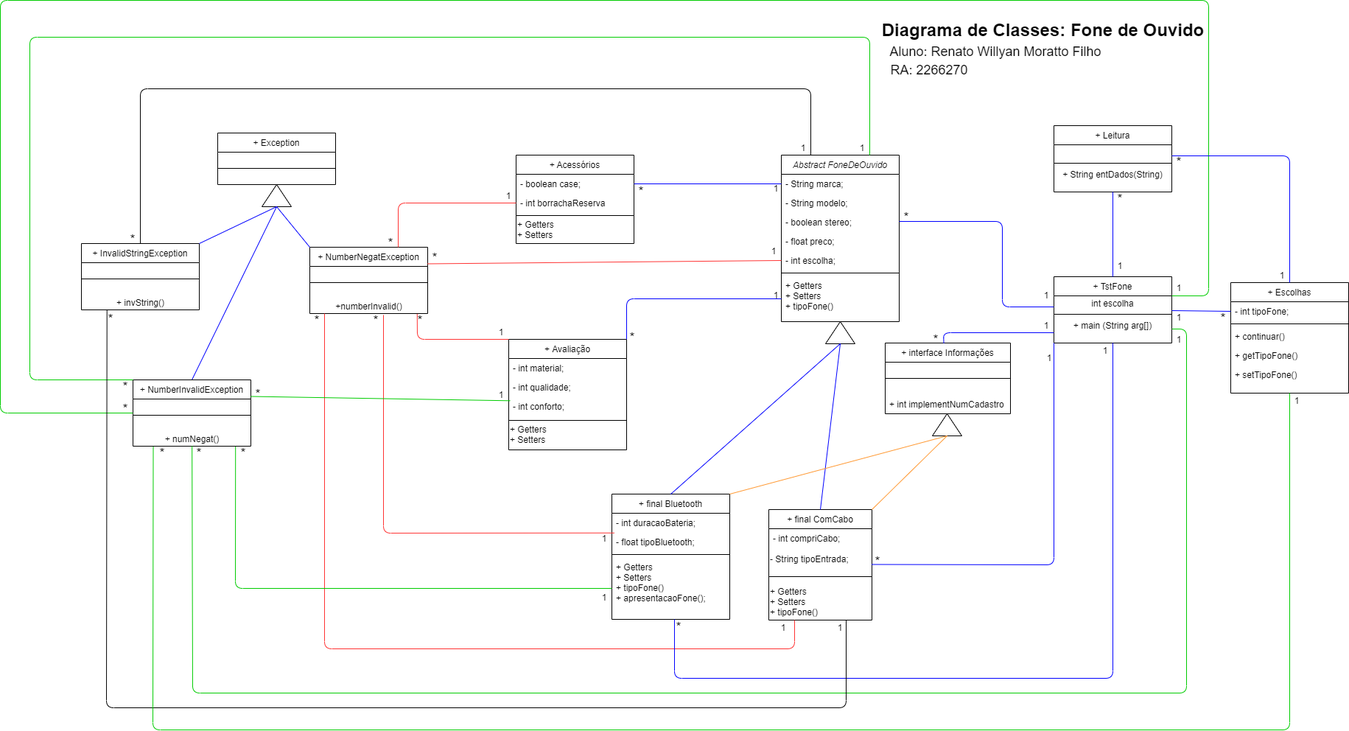
This is Diagrama de Classes - Fone de Ouvido.png from RenatoMoratto/fone-de-ouvido-java, a draw.io export, as it was before one commit. Source tidied: cells renumbered, new cells last; positions are measured from the earlier drawing's top-left corner, leaving out a move shared by most shapes.
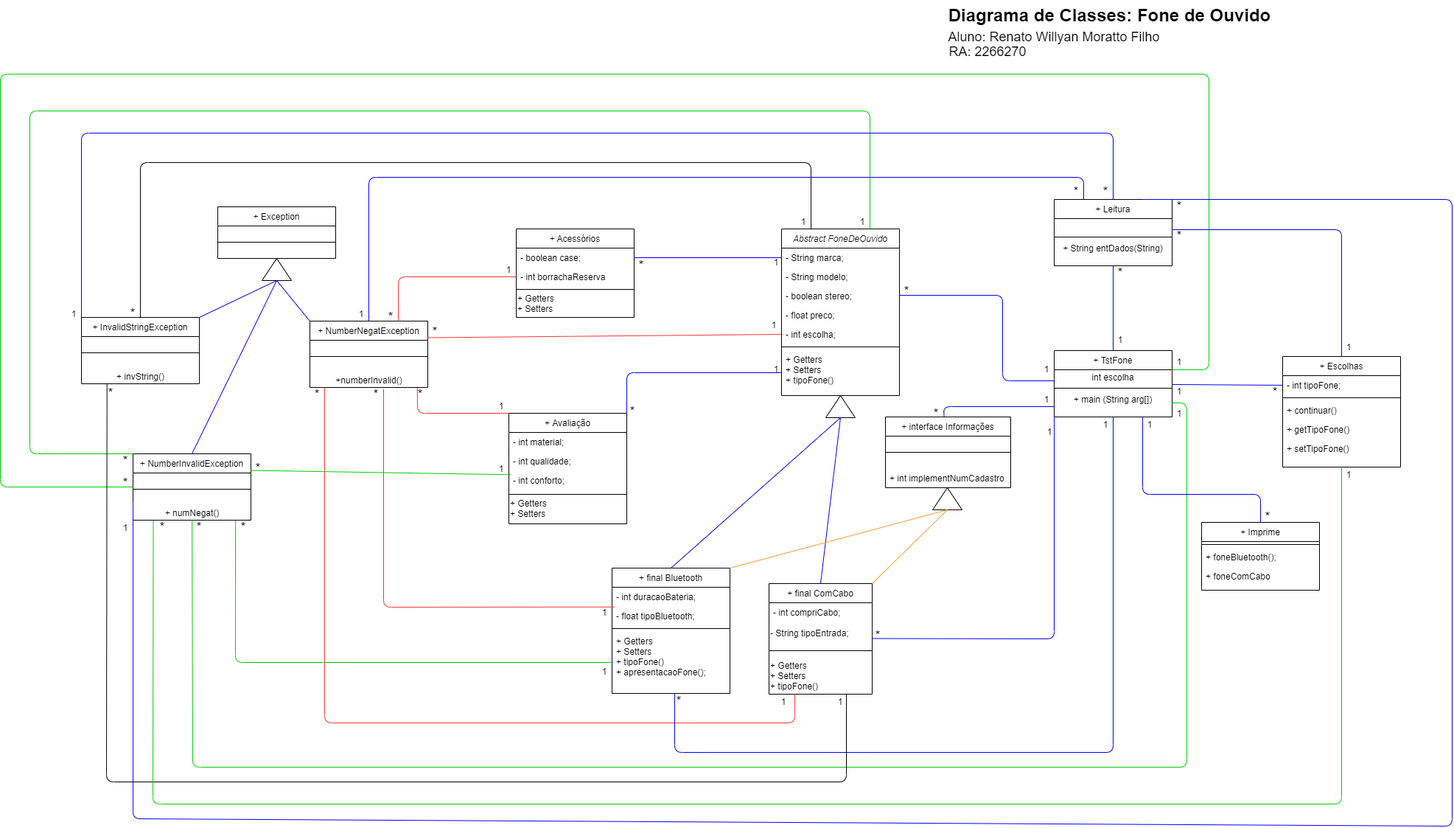
Later version of the same file.

Commit message:
Create a new class (Imprime) and implement more recursion

Change to the diagram source:
```diff
@@ -129,13 +129,13 @@
       <mxGeometry relative="1" as="geometry" />
     </mxCell>
     <mxCell id="44" value="Diagrama de Classes: Fone de Ouvido" style="text;strokeColor=none;fillColor=none;html=1;fontSize=24;fontStyle=1;verticalAlign=middle;align=center;" parent="1" vertex="1">
-      <mxGeometry x="1170" y="20" width="490" height="40" as="geometry" />
+      <mxGeometry x="1260" y="-100" width="490" height="40" as="geometry" />
     </mxCell>
     <mxCell id="45" value="Aluno: Renato Willyan Moratto Filho" style="text;html=1;strokeColor=none;fillColor=none;align=center;verticalAlign=middle;whiteSpace=wrap;rounded=0;fontSize=18;" parent="1" vertex="1">
-      <mxGeometry x="1201" y="60" width="300" height="20" as="geometry" />
+      <mxGeometry x="1280" y="-60" width="300" height="20" as="geometry" />
     </mxCell>
     <mxCell id="46" value="RA: 2266270" style="text;html=1;strokeColor=none;fillColor=none;align=center;verticalAlign=middle;whiteSpace=wrap;rounded=0;fontSize=18;" parent="1" vertex="1">
-      <mxGeometry x="1201" y="85" width="120" height="20" as="geometry" />
+      <mxGeometry x="1280" y="-40" width="120" height="20" as="geometry" />
     </mxCell>
     <mxCell id="47" value="+ Avaliação" style="swimlane;fontStyle=0;align=center;verticalAlign=top;horizontal=1;startSize=26;shadow=0;strokeWidth=1;" parent="1" vertex="1">
       <mxGeometry x="690" y="460" width="160" height="150" as="geometry" />
@@ -396,7 +396,7 @@
       </mxGeometry>
     </mxCell>
     <mxCell id="110" value="+ Escolhas" style="swimlane;fontStyle=0;align=center;verticalAlign=top;horizontal=1;startSize=26;shadow=0;strokeWidth=1;" parent="1" vertex="1">
-      <mxGeometry x="1670" y="383" width="160" height="150" as="geometry" />
+      <mxGeometry x="1740" y="383" width="160" height="150" as="geometry" />
     </mxCell>
     <mxCell id="111" value="- int tipoFone;" style="text;align=left;verticalAlign=top;spacingLeft=4;spacingRight=4;overflow=hidden;points=[[0,0.5],[1,0.5]];portConstraint=eastwest;" parent="110" vertex="1">
       <mxGeometry y="26" width="160" height="26" as="geometry" />
@@ -420,7 +420,7 @@
       <mxGeometry x="1590" y="420" width="20" height="20" as="geometry" />
     </mxCell>
     <mxCell id="118" value="*" style="text;html=1;strokeColor=none;fillColor=none;align=center;verticalAlign=middle;whiteSpace=wrap;fontSize=18;" parent="1" vertex="1">
-      <mxGeometry x="1650" y="427" width="20" height="9" as="geometry" />
+      <mxGeometry x="1720" y="427" width="20" height="9" as="geometry" />
     </mxCell>
     <mxCell id="119" value="+ interface Informações" style="swimlane;fontStyle=0;align=center;verticalAlign=top;horizontal=1;startSize=26;shadow=0;strokeWidth=1;" parent="1" vertex="1">
       <mxGeometry x="1201" y="465" width="170" height="96" as="geometry" />
@@ -468,7 +468,7 @@
     <mxCell id="132" style="endArrow=none;html=1;fontSize=18;exitX=0.5;exitY=0;exitDx=0;exitDy=0;strokeColor=#0000FF;entryX=1;entryY=0.75;entryDx=0;entryDy=0;" parent="1" edge="1" source="110" target="26">
       <mxGeometry relative="1" as="geometry">
         <Array as="points">
-          <mxPoint x="1750" y="211" />
+          <mxPoint x="1820" y="211" />
         </Array>
       </mxGeometry>
     </mxCell>
@@ -476,13 +476,13 @@
       <mxGeometry x="1590" y="210" width="20" height="20" as="geometry" />
     </mxCell>
     <mxCell id="134" value="1" style="text;html=1;strokeColor=none;fillColor=none;align=center;verticalAlign=middle;whiteSpace=wrap;" parent="1" vertex="1">
-      <mxGeometry x="1730" y="363" width="20" height="20" as="geometry" />
+      <mxGeometry x="1820" y="360" width="20" height="20" as="geometry" />
     </mxCell>
     <mxCell id="135" style="endArrow=none;html=1;strokeColor=#00CC00;exitX=0.172;exitY=1.043;exitDx=0;exitDy=0;exitPerimeter=0;entryX=0.5;entryY=1;entryDx=0;entryDy=0;" parent="1" edge="1" source="61" target="110">
       <mxGeometry relative="1" as="geometry">
         <Array as="points">
           <mxPoint x="207" y="990" />
-          <mxPoint x="1750" y="990" />
+          <mxPoint x="1820" y="990" />
         </Array>
       </mxGeometry>
     </mxCell>
@@ -490,7 +490,77 @@
       <mxGeometry x="210" y="605" width="20" height="20" as="geometry" />
     </mxCell>
     <mxCell id="137" value="1" style="text;html=1;strokeColor=none;fillColor=none;align=center;verticalAlign=middle;whiteSpace=wrap;" parent="1" vertex="1">
-      <mxGeometry x="1750" y="533" width="20" height="20" as="geometry" />
+      <mxGeometry x="1820" y="533" width="20" height="20" as="geometry" />
     </mxCell>
+    <mxCell id="138" value="+ Imprime" style="swimlane;fontStyle=0;align=center;verticalAlign=top;horizontal=1;startSize=26;shadow=0;strokeWidth=1;" parent="1" vertex="1">
+      <mxGeometry x="1630" y="608" width="160" height="92" as="geometry" />
+    </mxCell>
+    <mxCell id="139" style="line;html=1;strokeWidth=1;align=left;verticalAlign=middle;spacingTop=-1;spacingLeft=3;spacingRight=3;labelPosition=right;" parent="138" vertex="1">
+      <mxGeometry y="26" width="160" height="8" as="geometry" />
+    </mxCell>
+    <mxCell id="140" value="+ foneBluetooth();" style="text;align=left;verticalAlign=top;spacingLeft=4;spacingRight=4;overflow=hidden;" parent="138" vertex="1">
+      <mxGeometry y="34" width="160" height="26" as="geometry" />
+    </mxCell>
+    <mxCell id="141" value="+ foneComCabo" style="text;align=left;verticalAlign=top;spacingLeft=4;spacingRight=4;overflow=hidden;" parent="138" vertex="1">
+      <mxGeometry y="60" width="160" height="26" as="geometry" />
+    </mxCell>
+    <mxCell id="142" style="endArrow=none;html=1;fontSize=18;strokeColor=#0000FF;exitX=0.5;exitY=0;exitDx=0;exitDy=0;entryX=0.75;entryY=1;entryDx=0;entryDy=0;" parent="1" edge="1" source="138" target="29">
+      <mxGeometry relative="1" as="geometry">
+        <Array as="points">
+          <mxPoint x="1710" y="570" />
+          <mxPoint x="1550" y="570" />
+        </Array>
+      </mxGeometry>
+    </mxCell>
+    <mxCell id="143" value="1" style="text;html=1;strokeColor=none;fillColor=none;align=center;verticalAlign=middle;whiteSpace=wrap;" parent="1" vertex="1">
+      <mxGeometry x="1550" y="465" width="20" height="20" as="geometry" />
+    </mxCell>
+    <mxCell id="144" value="*" style="text;html=1;strokeColor=none;fillColor=none;align=center;verticalAlign=middle;whiteSpace=wrap;fontSize=18;" parent="1" vertex="1">
+      <mxGeometry x="1710" y="596" width="20" height="9" as="geometry" />
+    </mxCell>
+    <mxCell id="145" style="endArrow=none;html=1;fontSize=18;exitX=0.25;exitY=0;exitDx=0;exitDy=0;strokeColor=#0000FF;entryX=0.5;entryY=0;entryDx=0;entryDy=0;" parent="1" edge="1" source="25" target="62">
+      <mxGeometry relative="1" as="geometry">
+        <Array as="points">
+          <mxPoint x="1470" y="140" />
+          <mxPoint x="500" y="140" />
+        </Array>
+      </mxGeometry>
+    </mxCell>
+    <mxCell id="146" style="endArrow=none;html=1;fontSize=18;exitX=0.5;exitY=0;exitDx=0;exitDy=0;entryX=0;entryY=0;entryDx=0;entryDy=0;strokeColor=#0000FF;" parent="1" edge="1" source="25" target="104">
+      <mxGeometry relative="1" as="geometry">
+        <Array as="points">
+          <mxPoint x="1510" y="80" />
+          <mxPoint x="110" y="80" />
+        </Array>
+      </mxGeometry>
+    </mxCell>
+    <mxCell id="147" style="endArrow=none;html=1;fontSize=18;entryX=0.75;entryY=0;entryDx=0;entryDy=0;strokeColor=#0000FF;" parent="1" edge="1" target="25">
+      <mxGeometry relative="1" as="geometry">
+        <mxPoint x="180" y="580" as="sourcePoint" />
+        <Array as="points">
+          <mxPoint x="180" y="1010" />
+          <mxPoint x="1970" y="1020" />
+          <mxPoint x="1970" y="170" />
+        </Array>
+      </mxGeometry>
+    </mxCell>
+    <mxCell id="148" value="*" style="text;html=1;strokeColor=none;fillColor=none;align=center;verticalAlign=middle;whiteSpace=wrap;fontSize=18;" parent="1" vertex="1">
+      <mxGeometry x="1590" y="170" width="20" height="20" as="geometry" />
+    </mxCell>
+    <mxCell id="149" value="*" style="text;html=1;strokeColor=none;fillColor=none;align=center;verticalAlign=middle;whiteSpace=wrap;fontSize=18;" parent="1" vertex="1">
+      <mxGeometry x="1490" y="150" width="20" height="20" as="geometry" />
+    </mxCell>
+    <mxCell id="150" value="1" style="text;html=1;strokeColor=none;fillColor=none;align=center;verticalAlign=middle;whiteSpace=wrap;" parent="1" vertex="1">
+      <mxGeometry x="480" y="315" width="20" height="20" as="geometry" />
+    </mxCell>
+    <mxCell id="151" value="1" style="text;html=1;strokeColor=none;fillColor=none;align=center;verticalAlign=middle;whiteSpace=wrap;" parent="1" vertex="1">
+      <mxGeometry x="160" y="605" width="20" height="20" as="geometry" />
+    </mxCell>
+    <mxCell id="152" value="1" style="text;html=1;strokeColor=none;fillColor=none;align=center;verticalAlign=middle;whiteSpace=wrap;" parent="1" vertex="1">
+      <mxGeometry x="90" y="315" width="20" height="20" as="geometry" />
+    </mxCell>
+    <mxCell id="153" value="*" style="text;html=1;strokeColor=none;fillColor=none;align=center;verticalAlign=middle;whiteSpace=wrap;fontSize=18;" parent="1" vertex="1">
+      <mxGeometry x="1450" y="150" width="20" height="20" as="geometry" />
+    </mxCell>
   </root>
 </mxGraphModel>
```
